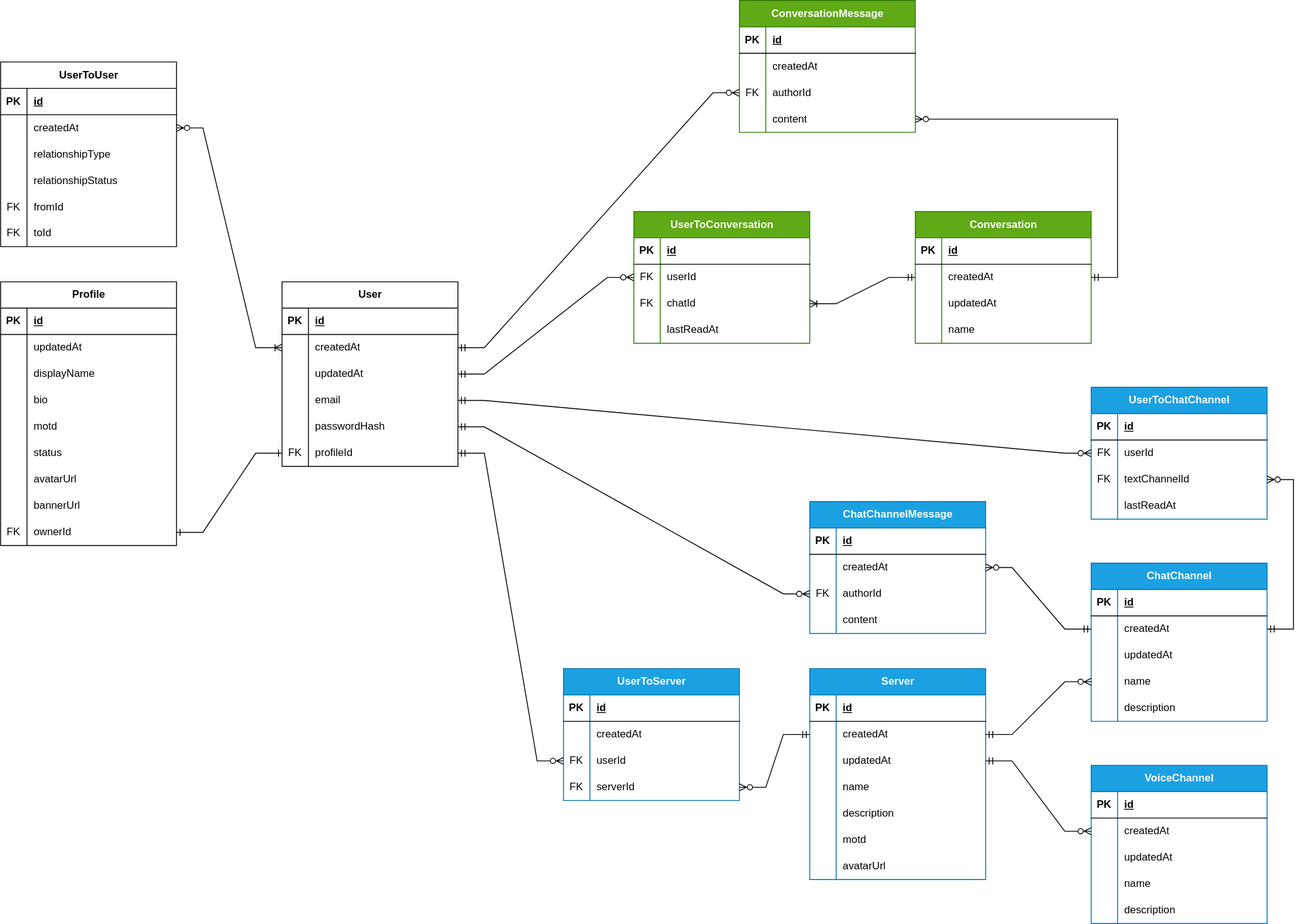
Above: diagrams/er-diagram.svg in qonsensus/backend (draw.io), before the change. Source tidied: cells renumbered, new cells last; positions are measured from the earlier drawing's top-left corner, leaving out a move shared by most shapes.
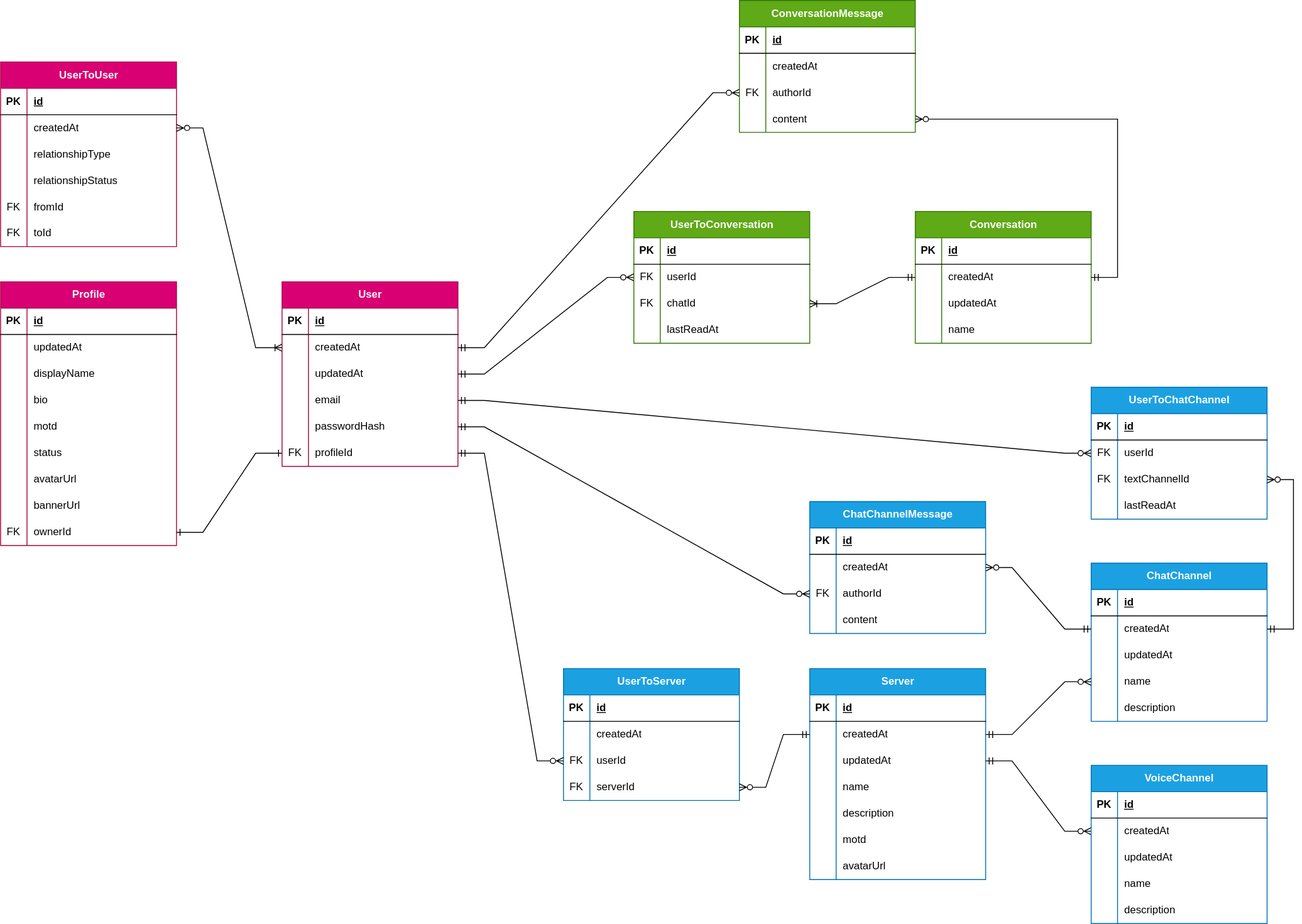
After the commit.

Commit message:
feat: add content field to ChatChannelMessage entity

Changes:
- Adds a content field to the ChatChannelMessage entity.

Generated by GitHub Copilot

What changed in the source:
```diff
@@ -2,7 +2,7 @@
   <root>
     <mxCell id="0" />
     <mxCell id="1" parent="0" />
-    <mxCell id="2" value="User" style="shape=table;startSize=30;rowLines=0;fontStyle=1;align=center;html=1;" parent="1" vertex="1">
+    <mxCell id="2" value="User" style="shape=table;startSize=30;rowLines=0;fontStyle=1;align=center;html=1;fillColor=#d80073;fontColor=#ffffff;strokeColor=#A50040;" parent="1" vertex="1">
       <mxGeometry x="320" y="320" width="200" height="210" as="geometry" />
     </mxCell>
     <mxCell id="3" style="shape=tableRow;horizontal=0;startSize=0;swimlaneHead=0;swimlaneBody=0;fillColor=none;top=0;left=0;right=0;bottom=1;" parent="2" vertex="1">
@@ -59,7 +59,7 @@
     <mxCell id="20" value="profileId" style="shape=partialRectangle;fillColor=none;top=0;left=0;bottom=0;right=0;align=left;spacingLeft=6;overflow=hidden;whiteSpace=wrap;html=1;" parent="18" vertex="1">
       <mxGeometry x="30" width="170" height="30" as="geometry" />
     </mxCell>
-    <mxCell id="21" value="UserToUser" style="shape=table;startSize=30;rowLines=0;fontStyle=1;align=center;html=1;" parent="1" vertex="1">
+    <mxCell id="21" value="UserToUser" style="shape=table;startSize=30;rowLines=0;fontStyle=1;align=center;html=1;fillColor=#d80073;fontColor=#ffffff;strokeColor=#A50040;" parent="1" vertex="1">
       <mxGeometry y="70" width="200" height="210" as="geometry" />
     </mxCell>
     <mxCell id="22" style="shape=tableRow;horizontal=0;startSize=0;swimlaneHead=0;swimlaneBody=0;fillColor=none;top=0;left=0;right=0;bottom=1;" parent="21" vertex="1">
@@ -119,7 +119,7 @@
     <mxCell id="40" style="edgeStyle=entityRelationEdgeStyle;fontSize=12;html=1;endArrow=ERoneToMany;startArrow=ERzeroToMany;rounded=0;startFill=0;endFill=0;" parent="1" edge="1" source="25" target="6">
       <mxGeometry relative="1" as="geometry" />
     </mxCell>
-    <mxCell id="41" value="Profile" style="shape=table;startSize=30;rowLines=0;fontStyle=1;align=center;html=1;" parent="1" vertex="1">
+    <mxCell id="41" value="Profile" style="shape=table;startSize=30;rowLines=0;fontStyle=1;align=center;html=1;fillColor=#d80073;fontColor=#ffffff;strokeColor=#A50040;" parent="1" vertex="1">
       <mxGeometry y="320" width="200" height="300" as="geometry" />
     </mxCell>
     <mxCell id="42" style="shape=tableRow;horizontal=0;startSize=0;swimlaneHead=0;swimlaneBody=0;fillColor=none;top=0;left=0;right=0;bottom=1;" parent="41" vertex="1">
```
